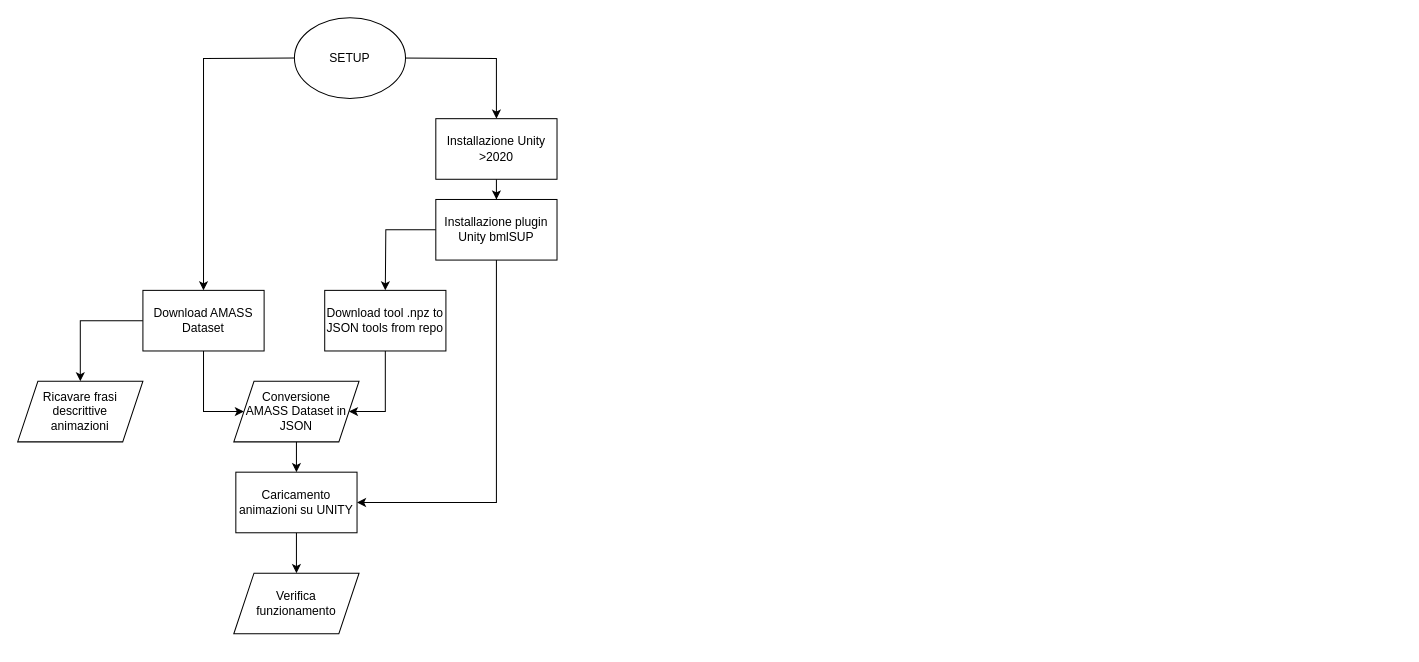
Above: Progettazione.drawio in jaggernout04/tirocinio (draw.io), before the change. Source tidied: cells renumbered, new cells numbered last; positions are measured from the earlier drawing's top-left corner, leaving out a move shared by most shapes. Both pictures are drawn from the tidied source at 101%, with x=0, y=0 at pixel (17, 17).
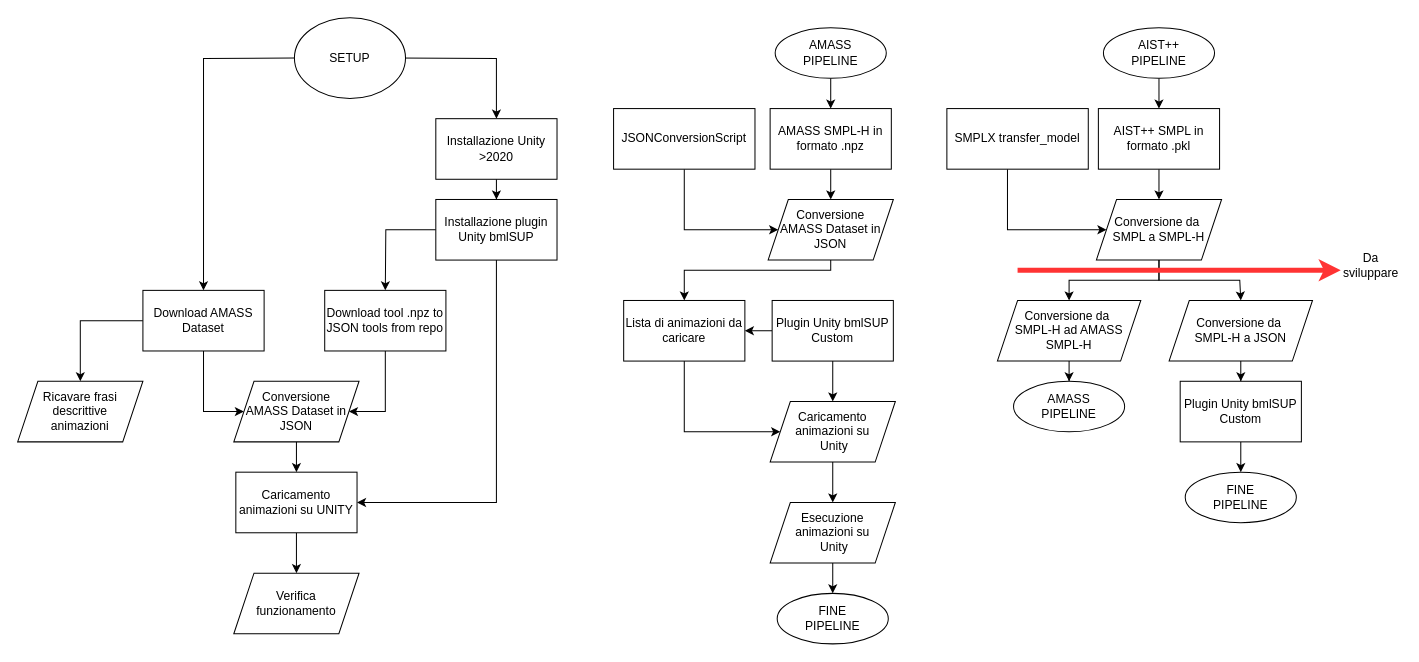
The same page after the edit.

What changed in the source:
```diff
@@
+    <mxCell id="21" style="edgeStyle=orthogonalEdgeStyle;rounded=0;jettySize=auto;html=1;" parent="1" edge="1" source="22" target="24">
+      <mxGeometry relative="1" as="geometry" />
+    </mxCell>
+    <mxCell id="22" value="AMASS&lt;div&gt;PIPELINE&lt;/div&gt;" style="ellipse;whiteSpace=wrap;html=1;" parent="1" vertex="1">
+      <mxGeometry x="750" y="10" width="110" height="50" as="geometry" />
+    </mxCell>
+    <mxCell id="23" style="edgeStyle=orthogonalEdgeStyle;rounded=0;jettySize=auto;html=1;entryX=0.5;entryY=0;entryDx=0;entryDy=0;" parent="1" edge="1" source="24" target="26">
+      <mxGeometry relative="1" as="geometry" />
+    </mxCell>
+    <mxCell id="24" value="AMASS SMPL-H in formato .npz" style="rounded=0;whiteSpace=wrap;html=1;" parent="1" vertex="1">
+      <mxGeometry x="745" y="90" width="120" height="60" as="geometry" />
+    </mxCell>
+    <mxCell id="25" style="edgeStyle=orthogonalEdgeStyle;rounded=0;jettySize=auto;html=1;" parent="1" edge="1" source="26" target="30">
+      <mxGeometry relative="1" as="geometry">
+        <Array as="points">
+          <mxPoint x="805" y="250" />
+          <mxPoint x="660" y="250" />
+        </Array>
+      </mxGeometry>
+    </mxCell>
+    <mxCell id="26" value="Conversione&lt;div&gt;AMASS Dataset in JSON&lt;/div&gt;" style="shape=parallelogram;perimeter=parallelogramPerimeter;whiteSpace=wrap;html=1;fixedSize=1;" parent="1" vertex="1">
+      <mxGeometry x="743" y="180" width="124" height="60" as="geometry" />
+    </mxCell>
+    <mxCell id="27" style="edgeStyle=orthogonalEdgeStyle;rounded=0;jettySize=auto;html=1;entryX=0;entryY=0.5;entryDx=0;entryDy=0;" parent="1" edge="1" source="28" target="26">
+      <mxGeometry relative="1" as="geometry">
+        <Array as="points">
+          <mxPoint x="660" y="210" />
+        </Array>
+      </mxGeometry>
+    </mxCell>
+    <mxCell id="28" value="JSONConversionScript" style="rounded=0;whiteSpace=wrap;html=1;" parent="1" vertex="1">
+      <mxGeometry x="590" y="90" width="140" height="60" as="geometry" />
+    </mxCell>
+    <mxCell id="29" style="edgeStyle=orthogonalEdgeStyle;rounded=0;jettySize=auto;html=1;entryX=0;entryY=0.5;entryDx=0;entryDy=0;" parent="1" edge="1" source="30" target="35">
+      <mxGeometry relative="1" as="geometry">
+        <Array as="points">
+          <mxPoint x="660" y="410" />
+        </Array>
+      </mxGeometry>
+    </mxCell>
+    <mxCell id="30" value="Lista di animazioni da caricare" style="rounded=0;whiteSpace=wrap;html=1;" parent="1" vertex="1">
+      <mxGeometry x="600" y="280" width="120" height="60" as="geometry" />
+    </mxCell>
+    <mxCell id="31" style="edgeStyle=orthogonalEdgeStyle;rounded=0;jettySize=auto;html=1;entryX=1;entryY=0.5;entryDx=0;entryDy=0;" parent="1" edge="1" source="33" target="30">
+      <mxGeometry relative="1" as="geometry" />
+    </mxCell>
+    <mxCell id="32" style="edgeStyle=orthogonalEdgeStyle;rounded=0;jettySize=auto;html=1;entryX=0.5;entryY=0;entryDx=0;entryDy=0;" parent="1" edge="1" source="33" target="35">
+      <mxGeometry relative="1" as="geometry" />
+    </mxCell>
+    <mxCell id="33" value="Plugin Unity bmlSUP Custom" style="rounded=0;whiteSpace=wrap;html=1;" parent="1" vertex="1">
+      <mxGeometry x="747" y="280" width="120" height="60" as="geometry" />
+    </mxCell>
+    <mxCell id="34" style="edgeStyle=orthogonalEdgeStyle;rounded=0;jettySize=auto;html=1;entryX=0.5;entryY=0;entryDx=0;entryDy=0;" parent="1" edge="1" source="35" target="37">
+      <mxGeometry relative="1" as="geometry" />
+    </mxCell>
+    <mxCell id="35" value="Caricamento animazioni su&lt;div&gt;&amp;nbsp;Unity&lt;/div&gt;" style="shape=parallelogram;perimeter=parallelogramPerimeter;whiteSpace=wrap;html=1;fixedSize=1;" parent="1" vertex="1">
+      <mxGeometry x="745" y="380" width="124" height="60" as="geometry" />
+    </mxCell>
+    <mxCell id="36" style="edgeStyle=orthogonalEdgeStyle;rounded=0;jettySize=auto;html=1;entryX=0.5;entryY=0;entryDx=0;entryDy=0;" parent="1" edge="1" source="37" target="38">
+      <mxGeometry relative="1" as="geometry" />
+    </mxCell>
+    <mxCell id="37" value="Esecuzione animazioni su&lt;div&gt;&amp;nbsp;Unity&lt;/div&gt;" style="shape=parallelogram;perimeter=parallelogramPerimeter;whiteSpace=wrap;html=1;fixedSize=1;" parent="1" vertex="1">
+      <mxGeometry x="745" y="480" width="124" height="60" as="geometry" />
+    </mxCell>
+    <mxCell id="38" value="FINE&lt;br&gt;&lt;div&gt;PIPELINE&lt;/div&gt;" style="ellipse;whiteSpace=wrap;html=1;" parent="1" vertex="1">
+      <mxGeometry x="752" y="570" width="110" height="50" as="geometry" />
+    </mxCell>
+    <mxCell id="39" style="edgeStyle=orthogonalEdgeStyle;rounded=0;jettySize=auto;html=1;" parent="1" edge="1" source="40">
+      <mxGeometry relative="1" as="geometry">
+        <mxPoint x="1130" y="90" as="targetPoint" />
+      </mxGeometry>
+    </mxCell>
+    <mxCell id="40" value="AIST++&lt;div&gt;PIPELINE&lt;/div&gt;" style="ellipse;whiteSpace=wrap;html=1;" parent="1" vertex="1">
+      <mxGeometry x="1075" y="10" width="110" height="50" as="geometry" />
+    </mxCell>
+    <mxCell id="41" style="edgeStyle=orthogonalEdgeStyle;rounded=0;jettySize=auto;html=1;" parent="1" edge="1" source="42" target="47">
+      <mxGeometry relative="1" as="geometry" />
+    </mxCell>
+    <mxCell id="42" value="AIST++ SMPL in formato .pkl" style="rounded=0;whiteSpace=wrap;html=1;" parent="1" vertex="1">
+      <mxGeometry x="1070" y="90" width="120" height="60" as="geometry" />
+    </mxCell>
+    <mxCell id="43" style="edgeStyle=orthogonalEdgeStyle;rounded=0;jettySize=auto;html=1;entryX=0;entryY=0.5;entryDx=0;entryDy=0;" parent="1" edge="1" source="44" target="47">
+      <mxGeometry relative="1" as="geometry">
+        <Array as="points">
+          <mxPoint x="980" y="210" />
+        </Array>
+      </mxGeometry>
+    </mxCell>
+    <mxCell id="44" value="SMPLX transfer_model" style="rounded=0;whiteSpace=wrap;html=1;" parent="1" vertex="1">
+      <mxGeometry x="920" y="90" width="140" height="60" as="geometry" />
+    </mxCell>
+    <mxCell id="45" style="edgeStyle=orthogonalEdgeStyle;rounded=0;jettySize=auto;html=1;" parent="1" edge="1" source="47" target="49">
+      <mxGeometry relative="1" as="geometry" />
+    </mxCell>
+    <mxCell id="46" style="edgeStyle=orthogonalEdgeStyle;rounded=0;jettySize=auto;html=1;entryX=0.5;entryY=0;entryDx=0;entryDy=0;" parent="1" edge="1" source="47" target="51">
+      <mxGeometry relative="1" as="geometry">
+        <Array as="points">
+          <mxPoint x="1130" y="260" />
+          <mxPoint x="1210" y="260" />
+        </Array>
+      </mxGeometry>
+    </mxCell>
+    <mxCell id="47" value="Conversione da&amp;nbsp;&lt;div&gt;SMPL a SMPL-H&lt;/div&gt;" style="shape=parallelogram;perimeter=parallelogramPerimeter;whiteSpace=wrap;html=1;fixedSize=1;" parent="1" vertex="1">
+      <mxGeometry x="1068" y="180" width="124" height="60" as="geometry" />
+    </mxCell>
+    <mxCell id="48" style="edgeStyle=orthogonalEdgeStyle;rounded=0;jettySize=auto;html=1;" parent="1" edge="1" source="49" target="52">
+      <mxGeometry relative="1" as="geometry" />
+    </mxCell>
+    <mxCell id="49" value="Conversione da&amp;nbsp;&lt;div&gt;SMPL-H ad AMASS SMPL-H&lt;/div&gt;" style="shape=parallelogram;perimeter=parallelogramPerimeter;whiteSpace=wrap;html=1;fixedSize=1;" parent="1" vertex="1">
+      <mxGeometry x="970" y="280" width="142" height="60" as="geometry" />
+    </mxCell>
+    <mxCell id="50" style="edgeStyle=orthogonalEdgeStyle;rounded=0;jettySize=auto;html=1;entryX=0.5;entryY=0;entryDx=0;entryDy=0;" parent="1" edge="1" source="51" target="54">
+      <mxGeometry relative="1" as="geometry" />
+    </mxCell>
+    <mxCell id="51" value="Conversione da&amp;nbsp;&lt;div&gt;SMPL-H a JSON&lt;/div&gt;" style="shape=parallelogram;perimeter=parallelogramPerimeter;whiteSpace=wrap;html=1;fixedSize=1;" parent="1" vertex="1">
+      <mxGeometry x="1140" y="280" width="142" height="60" as="geometry" />
+    </mxCell>
+    <mxCell id="52" value="AMASS&lt;br&gt;&lt;div&gt;PIPELINE&lt;/div&gt;" style="ellipse;whiteSpace=wrap;html=1;" parent="1" vertex="1">
+      <mxGeometry x="986" y="360" width="110" height="50" as="geometry" />
+    </mxCell>
+    <mxCell id="53" style="edgeStyle=orthogonalEdgeStyle;rounded=0;jettySize=auto;html=1;entryX=0.5;entryY=0;entryDx=0;entryDy=0;" parent="1" edge="1" source="54" target="55">
+      <mxGeometry relative="1" as="geometry" />
+    </mxCell>
+    <mxCell id="54" value="Plugin Unity bmlSUP Custom" style="rounded=0;whiteSpace=wrap;html=1;" parent="1" vertex="1">
+      <mxGeometry x="1151" y="360" width="120" height="60" as="geometry" />
+    </mxCell>
+    <mxCell id="55" value="FINE&lt;br&gt;&lt;div&gt;PIPELINE&lt;/div&gt;" style="ellipse;whiteSpace=wrap;html=1;" parent="1" vertex="1">
+      <mxGeometry x="1156" y="450" width="110" height="50" as="geometry" />
+    </mxCell>
+    <mxCell id="56" style="endArrow=classic;html=1;rounded=0;strokeWidth=5;strokeColor=#FF3333;endFill=1;" parent="1" edge="1">
+      <mxGeometry relative="1" as="geometry">
+        <mxPoint x="990" y="250" as="sourcePoint" />
+        <mxPoint x="1310" y="250" as="targetPoint" />
+      </mxGeometry>
+    </mxCell>
+    <mxCell id="57" value="Da sviluppare" style="text;html=1;whiteSpace=wrap;strokeColor=none;fillColor=none;align=center;verticalAlign=middle;rounded=0;" parent="1" vertex="1">
+      <mxGeometry x="1310" y="230" width="60" height="30" as="geometry" />
+    </mxCell>
```
